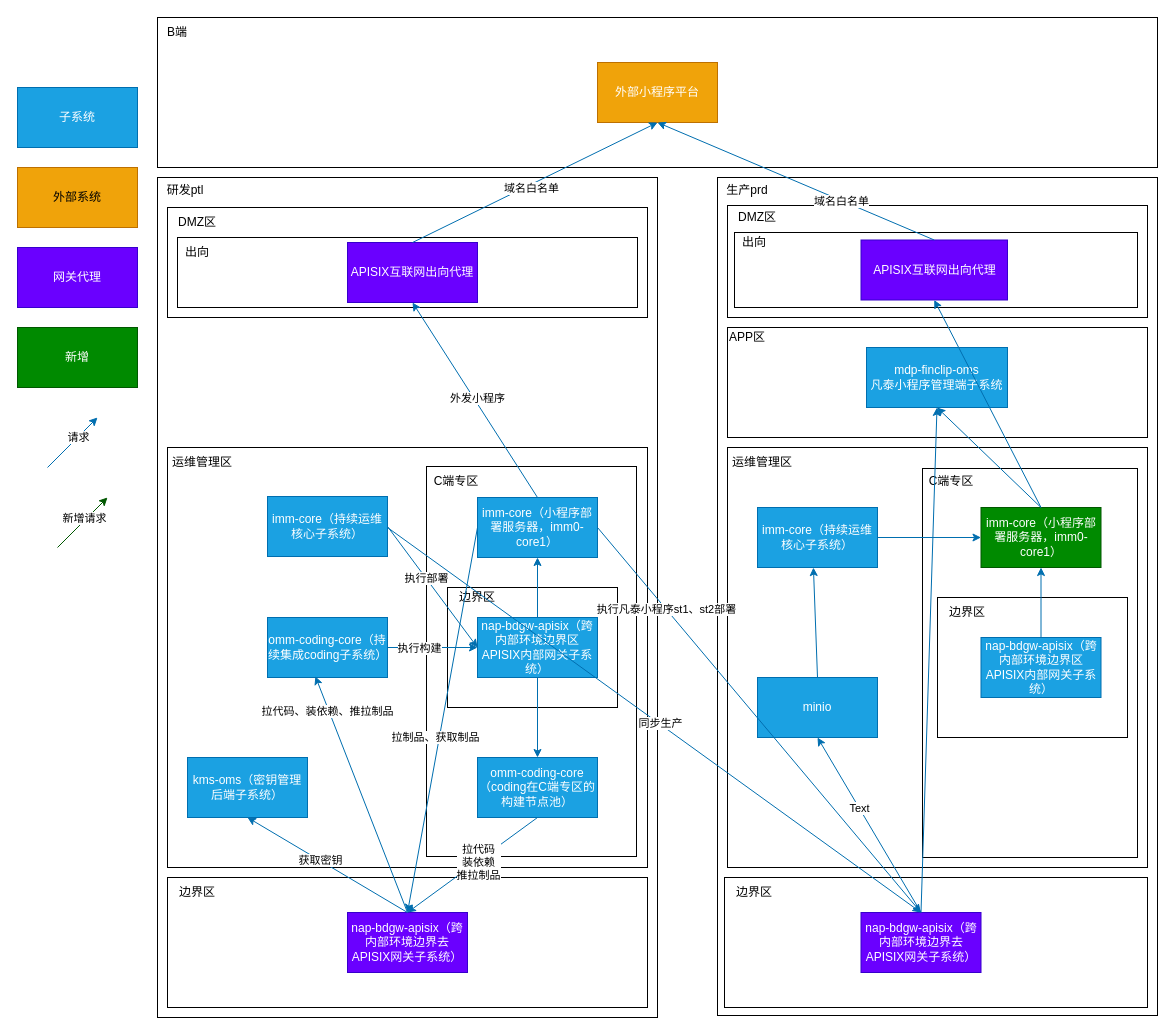
Before: 小程序发布部署架构图-生产有C端专区-凡泰测试发到生产.drawio in lao-chengyong/-, a draw.io diagram. Source tidied: cells renumbered, new cells numbered last; positions are measured from the earlier drawing's top-left corner, leaving out a move shared by most shapes. Both pictures are drawn from the tidied source at 100%, with x=0, y=0 at pixel (17, 17).
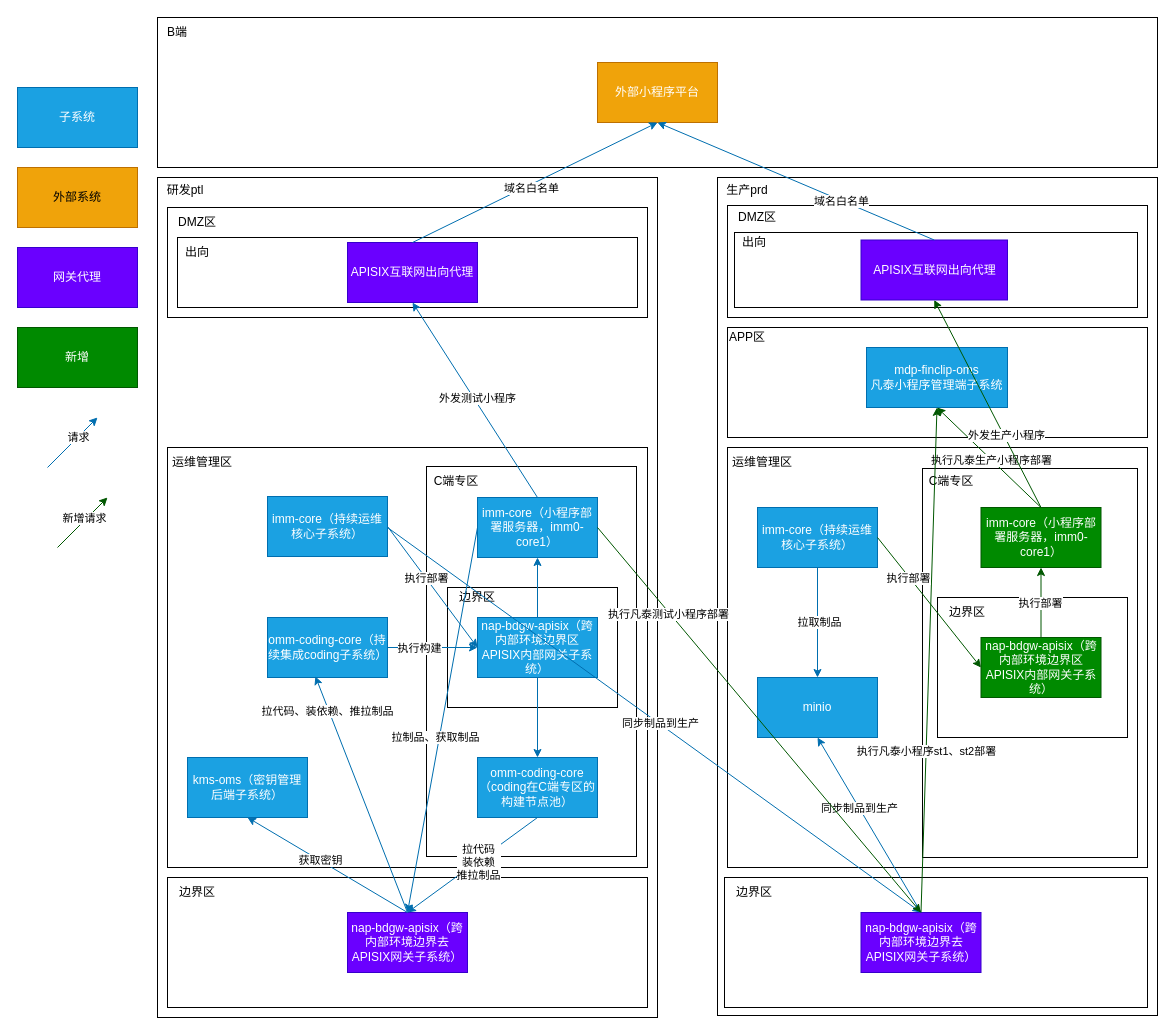
After the change.

Commit message:
更新小程序发布部署架构图-生产有C端专区-凡泰测试发到生产.drawio

The change refers to these unchanged cells:
```xml
<mxCell id="13" value="imm-core（小程序部署服务器，imm0-core1）" style="rounded=0;whiteSpace=wrap;html=1;fillColor=#1ba1e2;fontColor=#ffffff;strokeColor=#006EAF;" parent="1" vertex="1">
  <mxGeometry x="460" y="480" width="120" height="60" as="geometry" />
</mxCell>
<mxCell id="28" value="APISIX互联网出向代理" style="rounded=0;whiteSpace=wrap;html=1;fillColor=#6a00ff;fontColor=#ffffff;strokeColor=#3700CC;" parent="1" vertex="1">
  <mxGeometry x="843.5" y="222.5" width="146.5" height="60" as="geometry" />
</mxCell>
<mxCell id="33" value="imm-core（小程序部署服务器，imm0-core1）" style="rounded=0;whiteSpace=wrap;html=1;fillColor=#008a00;fontColor=#ffffff;strokeColor=#005700;" parent="1" vertex="1">
  <mxGeometry x="963.5" y="490" width="120" height="60" as="geometry" />
</mxCell>
<mxCell id="34" value="imm-core（持续运维核心子系统）" style="rounded=0;whiteSpace=wrap;html=1;fillColor=#1ba1e2;fontColor=#ffffff;strokeColor=#006EAF;" parent="1" vertex="1">
  <mxGeometry x="740" y="490" width="120" height="60" as="geometry" />
</mxCell>
<mxCell id="37" value="mdp-finclip-oms&lt;br&gt;凡泰小程序管理端子系统" style="rounded=0;whiteSpace=wrap;html=1;fillColor=#1ba1e2;fontColor=#ffffff;strokeColor=#006EAF;" parent="1" vertex="1">
  <mxGeometry x="849" y="330" width="141" height="60" as="geometry" />
</mxCell>
<mxCell id="58" style="endArrow=classic;html=1;rounded=0;exitX=0.5;exitY=0;exitDx=0;exitDy=0;fillColor=#1ba1e2;strokeColor=#006EAF;entryX=0.5;entryY=1;entryDx=0;entryDy=0;" parent="1" edge="1" source="13" target="27">
  <mxGeometry relative="1" as="geometry" />
</mxCell>
<mxCell id="71" value="minio" style="rounded=0;whiteSpace=wrap;html=1;fillColor=#1ba1e2;fontColor=#ffffff;strokeColor=#006EAF;" parent="1" vertex="1">
  <mxGeometry x="740" y="660" width="120" height="60" as="geometry" />
</mxCell>
<mxCell id="76" value="nap-bdgw-apisix（跨内部环境边界去APISIX网关子系统）" style="rounded=0;whiteSpace=wrap;html=1;fillColor=#6a00ff;fontColor=#ffffff;strokeColor=#3700CC;" parent="1" vertex="1">
  <mxGeometry x="843.5" y="895" width="120" height="60" as="geometry" />
</mxCell>
<mxCell id="77" style="endArrow=classic;html=1;rounded=0;entryX=0.5;entryY=0;entryDx=0;entryDy=0;fillColor=#1ba1e2;strokeColor=#006EAF;" parent="1" edge="1" target="76">
  <mxGeometry relative="1" as="geometry">
    <mxPoint x="370" y="510" as="sourcePoint" />
  </mxGeometry>
</mxCell>
<mxCell id="79" style="endArrow=classic;html=1;rounded=0;fillColor=#1ba1e2;strokeColor=#006EAF;entryX=0.5;entryY=1;entryDx=0;entryDy=0;exitX=0.5;exitY=0;exitDx=0;exitDy=0;" parent="1" edge="1" source="76" target="71">
  <mxGeometry relative="1" as="geometry" />
</mxCell>
```

What changed in the source:
```diff
@@
-    <mxCell id="59" value="外发小程序" style="edgeLabel;html=1;align=center;verticalAlign=middle;" parent="58" vertex="1">
+    <mxCell id="59" value="外发测试小程序" style="edgeLabel;html=1;align=center;verticalAlign=middle;" parent="58" vertex="1">
       <mxGeometry y="-3" relative="1" as="geometry" />
     </mxCell>
@@
-    <mxCell id="64" style="endArrow=classic;html=1;rounded=0;exitX=0.5;exitY=0;exitDx=0;exitDy=0;fillColor=#1ba1e2;strokeColor=#006EAF;entryX=0.5;entryY=1;entryDx=0;entryDy=0;" parent="1" edge="1" source="33" target="37">
+    <mxCell id="64" style="endArrow=classic;html=1;rounded=0;exitX=0.5;exitY=0;exitDx=0;exitDy=0;fillColor=#008a00;strokeColor=#005700;entryX=0.5;entryY=1;entryDx=0;entryDy=0;" parent="1" edge="1" source="33" target="37">
       <mxGeometry relative="1" as="geometry" />
     </mxCell>
+    <mxCell id="92" value="执行凡泰生产小程序部署" style="edgeLabel;html=1;align=center;verticalAlign=middle;" parent="64" vertex="1">
+      <mxGeometry x="-0.04" y="1" relative="1" as="geometry" />
+    </mxCell>
-    <mxCell id="65" style="endArrow=classic;html=1;rounded=0;fillColor=#1ba1e2;strokeColor=#006EAF;entryX=0.5;entryY=1;entryDx=0;entryDy=0;exitX=0.5;exitY=0;exitDx=0;exitDy=0;" parent="1" edge="1" source="33" target="28">
+    <mxCell id="65" style="endArrow=classic;html=1;rounded=0;fillColor=#008a00;strokeColor=#005700;entryX=0.5;entryY=1;entryDx=0;entryDy=0;exitX=0.5;exitY=0;exitDx=0;exitDy=0;" parent="1" edge="1" source="33" target="28">
       <mxGeometry relative="1" as="geometry" />
     </mxCell>
-    <mxCell id="66" style="endArrow=classic;html=1;rounded=0;fillColor=#1ba1e2;strokeColor=#006EAF;entryX=0;entryY=0.5;entryDx=0;entryDy=0;exitX=1;exitY=0.5;exitDx=0;exitDy=0;" parent="1" edge="1" source="34" target="33">
-      <mxGeometry relative="1" as="geometry" />
-    </mxCell>
+    <mxCell id="93" value="外发生产小程序" style="edgeLabel;html=1;align=center;verticalAlign=middle;" parent="65" vertex="1">
+      <mxGeometry x="-0.31" y="-2" relative="1" as="geometry" />
+    </mxCell>
@@
-    <mxCell id="69" value="nap-bdgw-apisix（跨内部环境边界区APISIX内部网关子系统）" style="rounded=0;whiteSpace=wrap;html=1;fillColor=#1ba1e2;fontColor=#ffffff;strokeColor=#006EAF;" parent="1" vertex="1">
+    <mxCell id="69" value="nap-bdgw-apisix（跨内部环境边界区APISIX内部网关子系统）" style="rounded=0;whiteSpace=wrap;html=1;fillColor=#008a00;fontColor=#ffffff;strokeColor=#005700;" parent="1" vertex="1">
       <mxGeometry x="963.5" y="620" width="120" height="60" as="geometry" />
     </mxCell>
-    <mxCell id="70" style="endArrow=classic;html=1;rounded=0;exitX=0.5;exitY=0;exitDx=0;exitDy=0;fillColor=#1ba1e2;strokeColor=#006EAF;entryX=0.5;entryY=1;entryDx=0;entryDy=0;" parent="1" edge="1" source="69" target="33">
+    <mxCell id="70" style="endArrow=classic;html=1;rounded=0;exitX=0.5;exitY=0;exitDx=0;exitDy=0;fillColor=#008a00;strokeColor=#005700;entryX=0.5;entryY=1;entryDx=0;entryDy=0;" parent="1" edge="1" source="69" target="33">
       <mxGeometry relative="1" as="geometry" />
     </mxCell>
+    <mxCell id="94" value="执行部署" style="edgeLabel;html=1;align=center;verticalAlign=middle;" parent="70" vertex="1">
+      <mxGeometry x="-0.01" y="1" relative="1" as="geometry" />
+    </mxCell>
@@
-    <mxCell id="72" style="endArrow=classic;html=1;rounded=0;fillColor=#1ba1e2;strokeColor=#006EAF;entryX=0.466;entryY=1.001;entryDx=0;entryDy=0;exitX=0.5;exitY=0;exitDx=0;exitDy=0;entryPerimeter=0;" parent="1" edge="1" source="71" target="34">
-      <mxGeometry relative="1" as="geometry" />
-    </mxCell>
@@
-    <mxCell id="78" value="同步生产" style="edgeLabel;html=1;align=center;verticalAlign=middle;" parent="77" vertex="1">
+    <mxCell id="78" value="同步制品到生产" style="edgeLabel;html=1;align=center;verticalAlign=middle;" parent="77" vertex="1">
       <mxGeometry x="0.02" y="2" relative="1" as="geometry">
         <mxPoint x="-1" as="offset" />
       </mxGeometry>
     </mxCell>
@@
-    <mxCell id="80" value="Text" style="edgeLabel;html=1;align=center;verticalAlign=middle;" parent="79" vertex="1">
+    <mxCell id="80" value="同步制品到生产" style="edgeLabel;html=1;align=center;verticalAlign=middle;" parent="79" vertex="1">
       <mxGeometry x="0.19" relative="1" as="geometry" />
     </mxCell>
-    <mxCell id="81" style="endArrow=classic;html=1;rounded=0;fillColor=#1ba1e2;strokeColor=#006EAF;entryX=0.5;entryY=0;entryDx=0;entryDy=0;exitX=1;exitY=0.5;exitDx=0;exitDy=0;" parent="1" edge="1" source="13" target="76">
+    <mxCell id="81" style="endArrow=classic;html=1;rounded=0;fillColor=#008a00;strokeColor=#005700;entryX=0.5;entryY=0;entryDx=0;entryDy=0;exitX=1;exitY=0.5;exitDx=0;exitDy=0;" parent="1" edge="1" source="13" target="76">
       <mxGeometry relative="1" as="geometry" />
     </mxCell>
-    <mxCell id="82" value="执行凡泰小程序st1、st2部署" style="edgeLabel;html=1;align=center;verticalAlign=middle;" parent="81" vertex="1">
-      <mxGeometry x="-0.58" relative="1" as="geometry" />
+    <mxCell id="82" value="执行凡泰测试小程序部署" style="edgeLabel;html=1;align=center;verticalAlign=middle;" parent="81" vertex="1">
+      <mxGeometry x="-0.58" relative="1" as="geometry">
+        <mxPoint x="2" y="5" as="offset" />
+      </mxGeometry>
     </mxCell>
-    <mxCell id="83" style="endArrow=classic;html=1;rounded=0;fillColor=#1ba1e2;strokeColor=#006EAF;entryX=0.5;entryY=1;entryDx=0;entryDy=0;exitX=0.5;exitY=0;exitDx=0;exitDy=0;" parent="1" edge="1" source="76" target="37">
+    <mxCell id="83" style="endArrow=classic;html=1;rounded=0;fillColor=#008a00;strokeColor=#005700;entryX=0.5;entryY=1;entryDx=0;entryDy=0;exitX=0.5;exitY=0;exitDx=0;exitDy=0;" parent="1" edge="1" source="76" target="37">
       <mxGeometry relative="1" as="geometry" />
     </mxCell>
+    <mxCell id="95" value="执行凡泰小程序st1、st2部署" style="edgeLabel;html=1;align=center;verticalAlign=middle;" parent="83" vertex="1">
+      <mxGeometry x="-0.36" relative="1" as="geometry" />
+    </mxCell>
@@
+    <mxCell id="96" style="endArrow=classic;html=1;rounded=0;fillColor=#1ba1e2;strokeColor=#006EAF;entryX=0.5;entryY=0;entryDx=0;entryDy=0;exitX=0.5;exitY=1;exitDx=0;exitDy=0;" parent="1" edge="1" source="34" target="71">
+      <mxGeometry relative="1" as="geometry" />
+    </mxCell>
+    <mxCell id="97" value="拉取制品" style="edgeLabel;html=1;align=center;verticalAlign=middle;" parent="96" vertex="1">
+      <mxGeometry x="-0.02" y="1" relative="1" as="geometry" />
+    </mxCell>
+    <mxCell id="66" style="endArrow=classic;html=1;rounded=0;fillColor=#008a00;strokeColor=#005700;entryX=0;entryY=0.5;entryDx=0;entryDy=0;exitX=1;exitY=0.5;exitDx=0;exitDy=0;" parent="1" edge="1" source="34" target="69">
+      <mxGeometry relative="1" as="geometry" />
+    </mxCell>
+    <mxCell id="98" value="执行部署" style="edgeLabel;html=1;align=center;verticalAlign=middle;" parent="66" vertex="1">
+      <mxGeometry x="-0.39" y="-1" relative="1" as="geometry" />
+    </mxCell>
```
